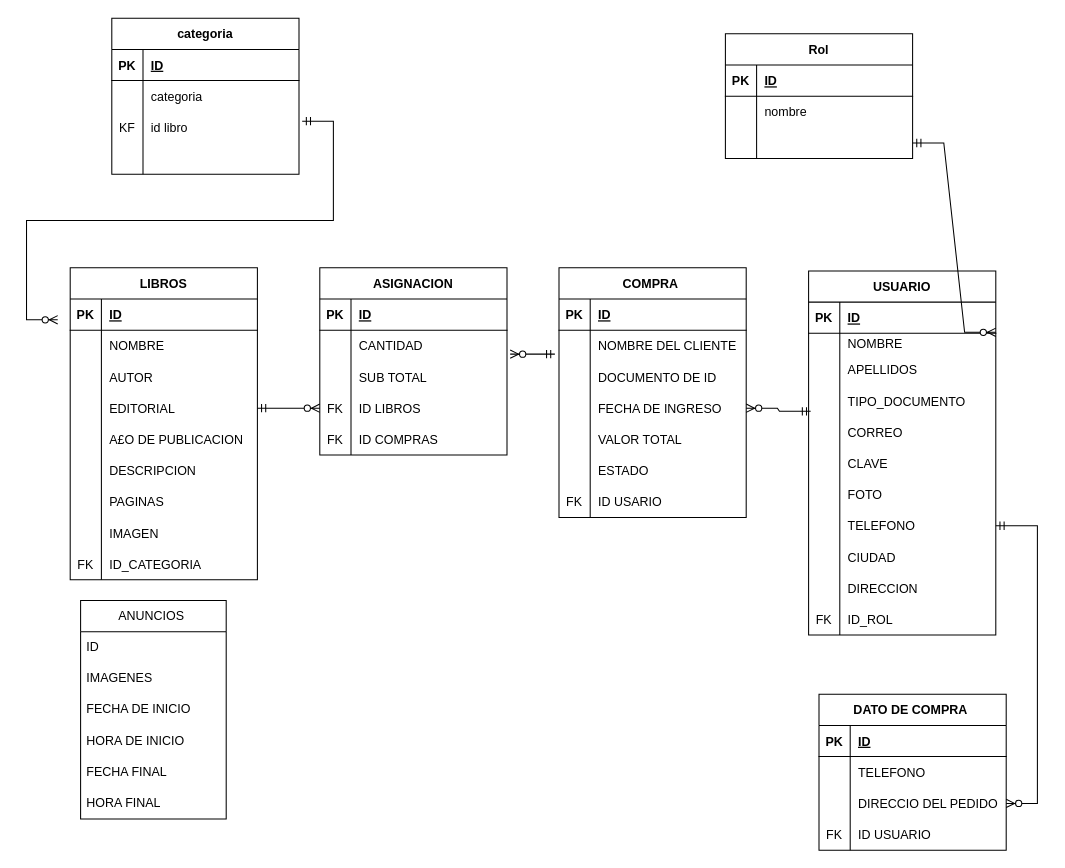
Earlier version of the draw.io diagram Untitled Diagram.drawio (WilmaraRuizD/WLANS-BOOK-store). Source tidied: cells renumbered, new cells numbered last; positions are measured from the earlier drawing's top-left corner, leaving out a move shared by most shapes. Both pictures are drawn from the tidied source at 104%, with x=0, y=0 at pixel (57, 18).
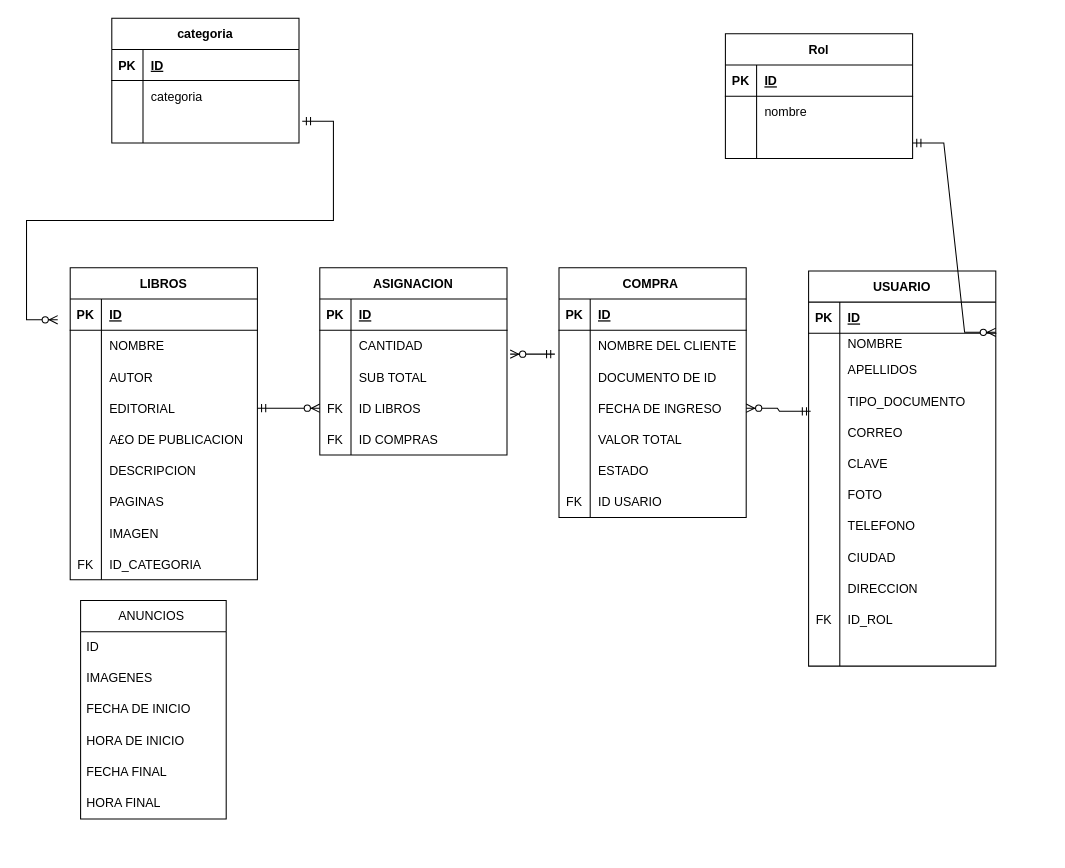
Above is the later version.

The change refers to these unchanged cells:
```xml
<mxCell id="44" style="shape=tableRow;horizontal=0;startSize=0;swimlaneHead=0;swimlaneBody=0;fillColor=none;points=[[0,0.5],[1,0.5]];portConstraint=eastwest;top=0;left=0;right=0;bottom=0;" parent="22" vertex="1">
  <mxGeometry y="230" width="180" height="30" as="geometry" />
</mxCell>
```

Diff of the diagram source:
```diff
@@
-    <mxCell id="9" value="DATO DE COMPRA " style="shape=table;startSize=30;childLayout=tableLayout;rowLines=0;fontStyle=1;align=center;" parent="1" vertex="1">
-      <mxGeometry x="732" y="650" width="180" height="150" as="geometry" />
-    </mxCell>
-    <mxCell id="10" style="shape=tableRow;horizontal=0;startSize=0;swimlaneHead=0;swimlaneBody=0;fillColor=none;top=0;left=0;right=0;bottom=1;" parent="9" vertex="1">
-      <mxGeometry y="30" width="180" height="30" as="geometry" />
-    </mxCell>
-    <mxCell id="11" value="PK" style="shape=partialRectangle;fillColor=none;top=0;left=0;bottom=0;right=0;fontStyle=1;overflow=hidden;" parent="10" vertex="1">
-      <mxGeometry width="30" height="30" as="geometry" />
-    </mxCell>
-    <mxCell id="12" value="ID" style="shape=partialRectangle;fillColor=none;top=0;left=0;bottom=0;right=0;align=left;spacingLeft=6;fontStyle=5;overflow=hidden;" parent="10" vertex="1">
-      <mxGeometry x="30" width="150" height="30" as="geometry" />
-    </mxCell>
-    <mxCell id="13" style="shape=tableRow;horizontal=0;startSize=0;swimlaneHead=0;swimlaneBody=0;fillColor=none;top=0;left=0;right=0;bottom=0;" parent="9" vertex="1">
-      <mxGeometry y="60" width="180" height="30" as="geometry" />
-    </mxCell>
-    <mxCell id="14" style="shape=partialRectangle;fillColor=none;top=0;left=0;bottom=0;right=0;overflow=hidden;" parent="13" vertex="1">
-      <mxGeometry width="30" height="30" as="geometry" />
-    </mxCell>
-    <mxCell id="15" value="TELEFONO " style="shape=partialRectangle;fillColor=none;top=0;left=0;bottom=0;right=0;align=left;spacingLeft=6;overflow=hidden;" parent="13" vertex="1">
-      <mxGeometry x="30" width="150" height="30" as="geometry" />
-    </mxCell>
-    <mxCell id="16" style="shape=tableRow;horizontal=0;startSize=0;swimlaneHead=0;swimlaneBody=0;fillColor=none;points=[[0,0.5],[1,0.5]];portConstraint=eastwest;top=0;left=0;right=0;bottom=0;" parent="9" vertex="1">
-      <mxGeometry y="90" width="180" height="30" as="geometry" />
-    </mxCell>
-    <mxCell id="17" style="shape=partialRectangle;fillColor=none;top=0;left=0;bottom=0;right=0;overflow=hidden;" parent="16" vertex="1">
-      <mxGeometry width="30" height="30" as="geometry" />
-    </mxCell>
-    <mxCell id="18" value="DIRECCIO DEL PEDIDO " style="shape=partialRectangle;fillColor=none;top=0;left=0;bottom=0;right=0;align=left;spacingLeft=6;overflow=hidden;" parent="16" vertex="1">
-      <mxGeometry x="30" width="150" height="30" as="geometry" />
-    </mxCell>
-    <mxCell id="19" style="shape=tableRow;horizontal=0;startSize=0;swimlaneHead=0;swimlaneBody=0;fillColor=none;top=0;left=0;right=0;bottom=0;" parent="9" vertex="1">
-      <mxGeometry y="120" width="180" height="30" as="geometry" />
-    </mxCell>
-    <mxCell id="20" value="FK" style="shape=partialRectangle;fillColor=none;top=0;left=0;bottom=0;right=0;overflow=hidden;" parent="19" vertex="1">
-      <mxGeometry width="30" height="30" as="geometry" />
-    </mxCell>
-    <mxCell id="21" value="ID USUARIO " style="shape=partialRectangle;fillColor=none;top=0;left=0;bottom=0;right=0;align=left;spacingLeft=6;overflow=hidden;" parent="19" vertex="1">
-      <mxGeometry x="30" width="150" height="30" as="geometry" />
-    </mxCell>
     <mxCell id="22" value="USUARIO" style="shape=table;startSize=30;childLayout=tableLayout;rowLines=0;fontStyle=1;align=center;" parent="1" vertex="1">
-      <mxGeometry x="722" y="243" width="180" height="350" as="geometry" />
+      <mxGeometry x="722" y="243" width="180" height="380" as="geometry" />
     </mxCell>
@@
+    <mxCell id="151" style="shape=tableRow;horizontal=0;startSize=0;swimlaneHead=0;swimlaneBody=0;fillColor=none;top=0;left=0;right=0;bottom=0;" parent="22" vertex="1">
+      <mxGeometry y="350" width="180" height="30" as="geometry" />
+    </mxCell>
+    <mxCell id="152" style="shape=partialRectangle;fillColor=none;top=0;left=0;bottom=0;right=0;overflow=hidden;" parent="151" vertex="1">
+      <mxGeometry width="30" height="30" as="geometry" />
+    </mxCell>
+    <mxCell id="153" style="shape=partialRectangle;fillColor=none;top=0;left=0;bottom=0;right=0;align=left;spacingLeft=6;overflow=hidden;" parent="151" vertex="1">
+      <mxGeometry x="30" width="150" height="30" as="geometry" />
+    </mxCell>
@@
     <mxCell id="124" value="categoria" style="shape=table;startSize=30;childLayout=tableLayout;rowLines=0;fontStyle=1;align=center;" parent="1" vertex="1">
-      <mxGeometry x="52" width="180" height="150" as="geometry" />
+      <mxGeometry x="52" width="180" height="120" as="geometry" />
     </mxCell>
@@
-    <mxCell id="131" style="shape=tableRow;horizontal=0;startSize=0;swimlaneHead=0;swimlaneBody=0;fillColor=none;points=[[0,0.5],[1,0.5]];portConstraint=eastwest;top=0;left=0;right=0;bottom=0;" parent="124" vertex="1">
-      <mxGeometry y="90" width="180" height="30" as="geometry" />
-    </mxCell>
-    <mxCell id="132" value="KF" style="shape=partialRectangle;fillColor=none;top=0;left=0;bottom=0;right=0;overflow=hidden;" parent="131" vertex="1">
-      <mxGeometry width="30" height="30" as="geometry" />
-    </mxCell>
-    <mxCell id="133" value="id libro" style="shape=partialRectangle;fillColor=none;top=0;left=0;bottom=0;right=0;align=left;spacingLeft=6;overflow=hidden;" parent="131" vertex="1">
-      <mxGeometry x="30" width="150" height="30" as="geometry" />
-    </mxCell>
     <mxCell id="134" style="shape=tableRow;horizontal=0;startSize=0;swimlaneHead=0;swimlaneBody=0;fillColor=none;top=0;left=0;right=0;bottom=0;" parent="124" vertex="1">
-      <mxGeometry y="120" width="180" height="30" as="geometry" />
+      <mxGeometry y="90" width="180" height="30" as="geometry" />
     </mxCell>
@@
-    <mxCell id="137" style="edgeStyle=entityRelationEdgeStyle;fontSize=12;html=1;endArrow=ERzeroToMany;startArrow=ERmandOne;rounded=0;exitX=1.017;exitY=0.3;exitDx=0;exitDy=0;exitPerimeter=0;" parent="1" edge="1" source="131">
+    <mxCell id="137" style="edgeStyle=entityRelationEdgeStyle;fontSize=12;html=1;endArrow=ERzeroToMany;startArrow=ERmandOne;rounded=0;exitX=1.017;exitY=0.3;exitDx=0;exitDy=0;exitPerimeter=0;" parent="1" edge="1">
       <mxGeometry relative="1" as="geometry">
+        <mxPoint x="235.1" y="99" as="sourcePoint" />
         <mxPoint y="290" as="targetPoint" />
       </mxGeometry>
     </mxCell>
@@
-    <mxCell id="150" style="edgeStyle=entityRelationEdgeStyle;fontSize=12;html=1;endArrow=ERzeroToMany;startArrow=ERmandOne;rounded=0;exitX=1;exitY=0.5;exitDx=0;exitDy=0;" parent="1" edge="1" source="44" target="16">
-      <mxGeometry relative="1" as="geometry" />
-    </mxCell>
```
